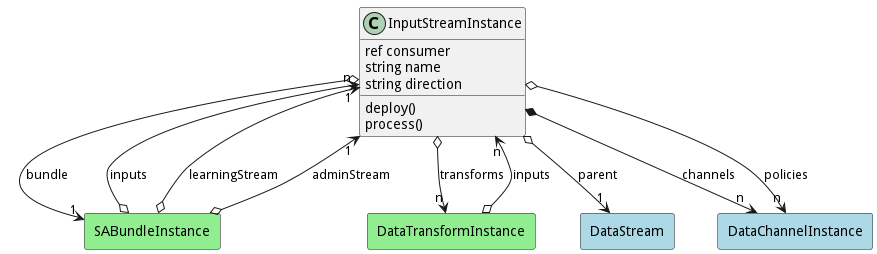
This is docs/sabr/diml/dsm/models/inputstreaminstance/logical.png from madajaju/sabr, a PlantUML export, as it was before one commit.
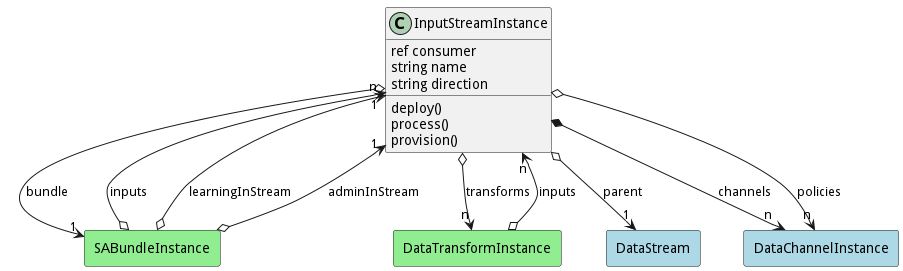
The same diagram one commit later.

The edit, as a diff of the source:
```diff
@@ -7,6 +7,7 @@
 
  deploy()
  process()
+ provision()
 
 }
 
@@ -55,12 +56,12 @@
     rectangle "SABundleInstance" as SABundleInstance #lightgreen {
     }
 
-        SABundleInstance   o--> "1" Model : "learningStream"
+        SABundleInstance   o--> "1" Model : "learningInStream"
 
     rectangle "SABundleInstance" as SABundleInstance #lightgreen {
     }
 
-        SABundleInstance   o--> "1" Model : "adminStream"
+        SABundleInstance   o--> "1" Model : "adminInStream"
 
 
 @enduml
```
